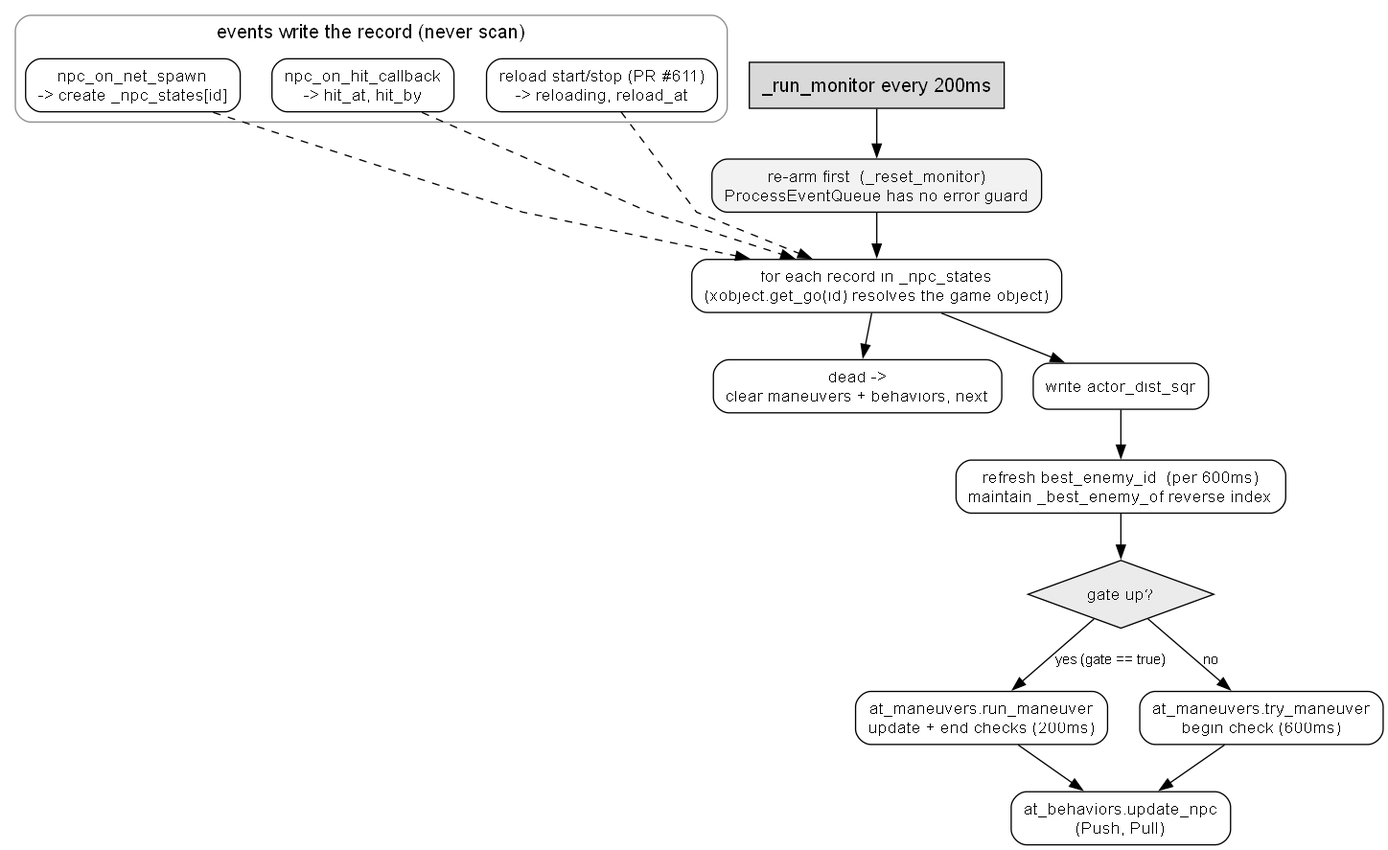
Above: doc/img/control-loop.png in damiansirbu-stalker/AlifeTactics (Graphviz), before the change. Its source is kept beside it as doc/img/control-loop.dot. The source it was exported from:
```dot
digraph at_control_loop {
    rankdir=TB
    splines=polyline
    nodesep=0.35
    ranksep=0.5

    node [shape=box, style="rounded,filled", fillcolor=white,
          fontsize=13, fontname="Arial", margin="0.14,0.08"]
    edge [fontsize=11, fontname="Arial"]
    graph [fontsize=15, fontname="Arial"]

    subgraph cluster_events {
        label="events write the record (never scan)"
        style=rounded
        color=gray55
        ev_spawn  [label="npc_on_net_spawn\n-> create _npc_states[id]"]
        ev_hit    [label="npc_on_hit_callback\n-> hit_at, hit_by"]
        ev_reload [label="reload start/stop (PR #611)\n-> reloading, reload_at"]
    }

    arm  [label="re-arm first  (_reset_monitor)\nProcessEventQueue has no error guard", fillcolor=gray95]
    each [label="for each record in _npc_states\n(xobject.get_go(id) resolves the game object)"]

    dead   [label="dead ->\nclear maneuvers + behaviors, next", shape=box]
    dist   [label="write actor_dist_sqr"]
    best   [label="refresh best_enemy_id  (per 600ms)\nmaintain _best_enemy_of reverse index"]
    gate   [label="gate up?", shape=diamond, style=filled, fillcolor=gray92]
    run    [label="at_maneuvers.run_maneuver\nupdate + end checks (200ms)"]
    try    [label="at_maneuvers.try_maneuver\nbegin check (600ms)"]
    beh    [label="at_behaviors.update_npc\n(Push, Pull)"]

    loop [label="_run_monitor every 200ms", shape=box, style="filled", fillcolor=gray85, fontsize=15]

    loop -> arm -> each
    each -> dead
    each -> dist -> best -> gate
    gate -> run  [label="yes (gate == true)"]
    gate -> try  [label="no"]
    run -> beh
    try -> beh

    ev_spawn  -> each [style=dashed, constraint=false]
    ev_hit    -> each [style=dashed, constraint=false]
    ev_reload -> each [style=dashed, constraint=false]
}
```
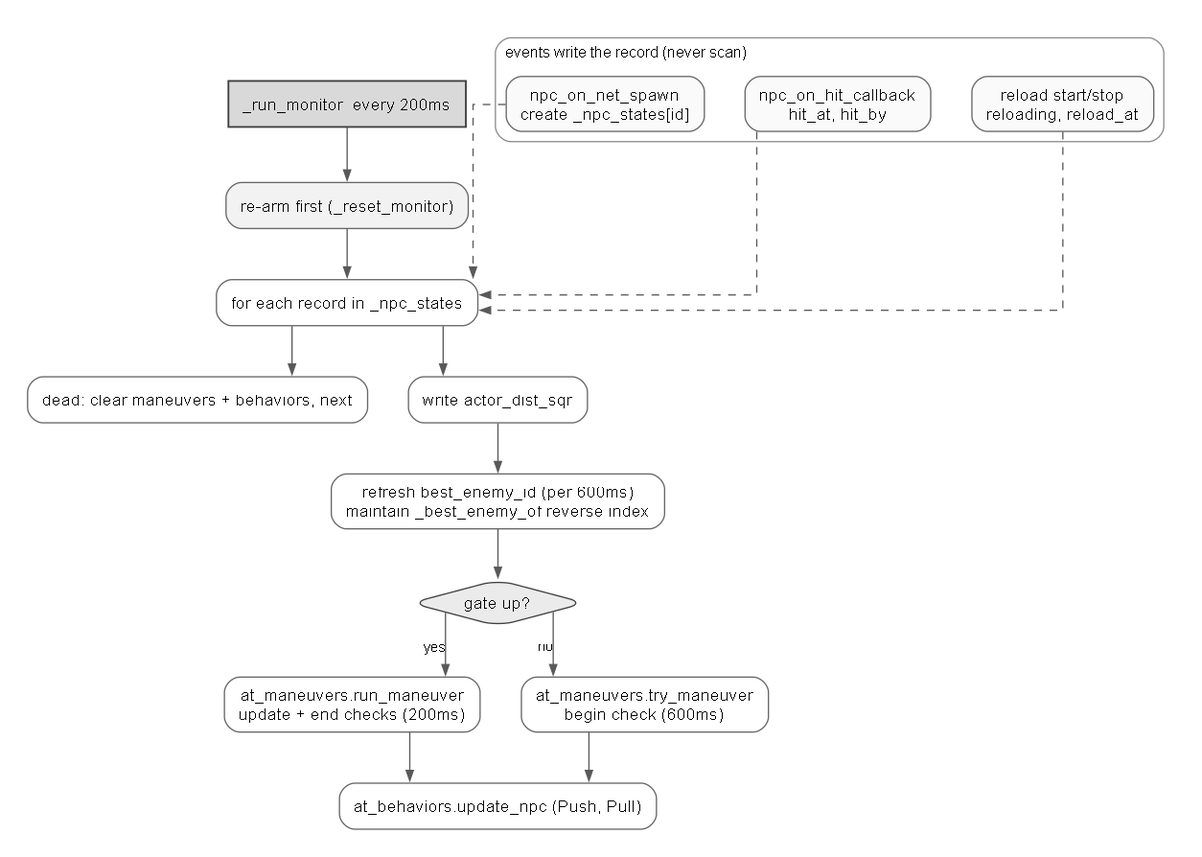
Above is the later version.

The edit, as a diff of the source:
```diff
@@ -1,41 +1,42 @@
 digraph at_control_loop {
     rankdir=TB
-    splines=polyline
-    nodesep=0.35
-    ranksep=0.5
+    splines=ortho
+    pad=0.3
+    nodesep=0.45
+    ranksep=0.55
+    graph [fontname="Arial", fontsize=15]
+    node  [shape=box, style="rounded,filled", fillcolor=white,
+           color=gray40, fontname="Arial", fontsize=13, margin="0.16,0.09"]
+    edge  [fontname="Arial", fontsize=11, color=gray35, arrowsize=0.8]
 
-    node [shape=box, style="rounded,filled", fillcolor=white,
-          fontsize=13, fontname="Arial", margin="0.14,0.08"]
-    edge [fontsize=11, fontname="Arial"]
-    graph [fontsize=15, fontname="Arial"]
+    loop [label="_run_monitor  every 200ms", style=filled, fillcolor=gray85, color=gray25, penwidth=1.4]
+    arm  [label="re-arm first (_reset_monitor)", fillcolor=gray95]
+    each [label="for each record in _npc_states"]
+    dead [label="dead: clear maneuvers + behaviors, next"]
+    dist [label="write actor_dist_sqr"]
+    best [label="refresh best_enemy_id (per 600ms)\nmaintain _best_enemy_of reverse index"]
+    gate [label="gate up?", shape=diamond, fillcolor=gray92, color=gray25, margin="0.14,0.06"]
+    run  [label="at_maneuvers.run_maneuver\nupdate + end checks (200ms)"]
+    try  [label="at_maneuvers.try_maneuver\nbegin check (600ms)"]
+    beh  [label="at_behaviors.update_npc (Push, Pull)"]
 
     subgraph cluster_events {
         label="events write the record (never scan)"
+        labeljust=l
+        fontname="Arial"
+        fontsize=12
         style=rounded
         color=gray55
-        ev_spawn  [label="npc_on_net_spawn\n-> create _npc_states[id]"]
-        ev_hit    [label="npc_on_hit_callback\n-> hit_at, hit_by"]
-        ev_reload [label="reload start/stop (PR #611)\n-> reloading, reload_at"]
+        ev_spawn  [label="npc_on_net_spawn\ncreate _npc_states[id]", fillcolor=gray98]
+        ev_hit    [label="npc_on_hit_callback\nhit_at, hit_by", fillcolor=gray98]
+        ev_reload [label="reload start/stop\nreloading, reload_at", fillcolor=gray98]
     }
 
-    arm  [label="re-arm first  (_reset_monitor)\nProcessEventQueue has no error guard", fillcolor=gray95]
-    each [label="for each record in _npc_states\n(xobject.get_go(id) resolves the game object)"]
-
-    dead   [label="dead ->\nclear maneuvers + behaviors, next", shape=box]
-    dist   [label="write actor_dist_sqr"]
-    best   [label="refresh best_enemy_id  (per 600ms)\nmaintain _best_enemy_of reverse index"]
-    gate   [label="gate up?", shape=diamond, style=filled, fillcolor=gray92]
-    run    [label="at_maneuvers.run_maneuver\nupdate + end checks (200ms)"]
-    try    [label="at_maneuvers.try_maneuver\nbegin check (600ms)"]
-    beh    [label="at_behaviors.update_npc\n(Push, Pull)"]
-
-    loop [label="_run_monitor every 200ms", shape=box, style="filled", fillcolor=gray85, fontsize=15]
-
     loop -> arm -> each
+    each -> dist -> best -> gate
     each -> dead
-    each -> dist -> best -> gate
-    gate -> run  [label="yes (gate == true)"]
-    gate -> try  [label="no"]
+    gate -> run [xlabel="yes"]
+    gate -> try [xlabel="no"]
     run -> beh
     try -> beh
 
```
